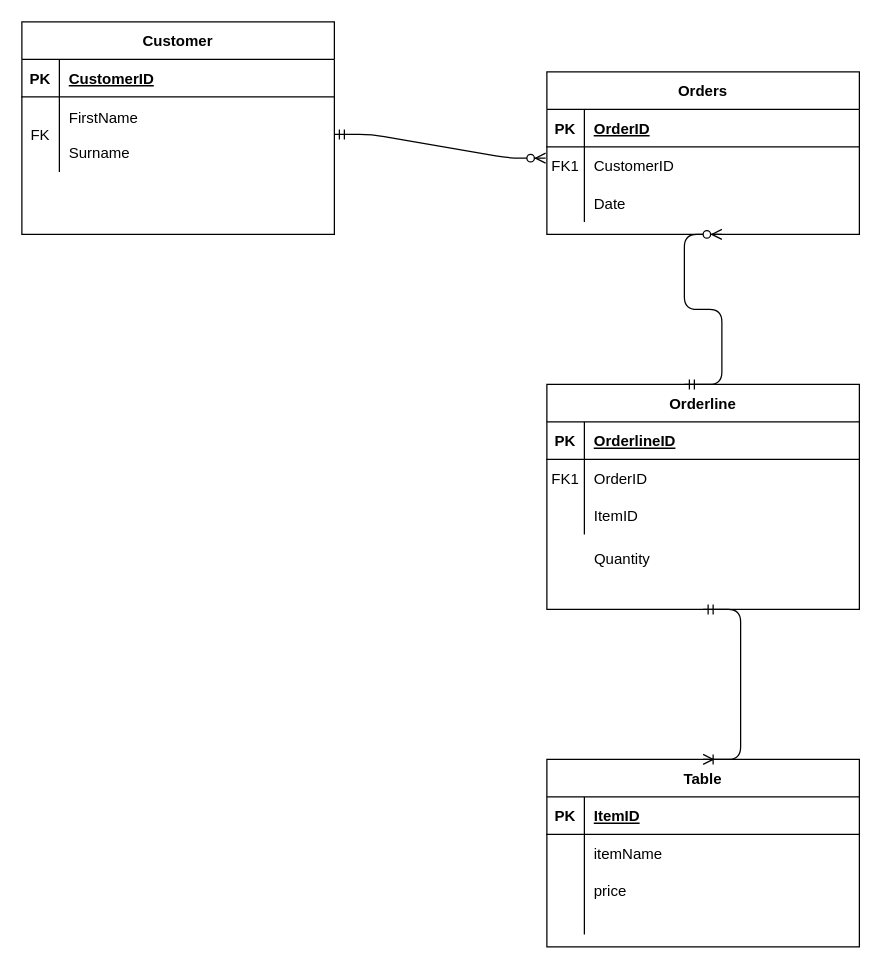
The draw.io diagram Project Documents/ERD diagram.drawio in mattgarbettQA/ims-demo, before the edit. Source tidied: cells renumbered, new cells numbered last; positions are measured from the earlier drawing's top-left corner, leaving out a move shared by most shapes. Both pictures are drawn from the tidied source at 125%, with x=0, y=0 at pixel (21, 21).
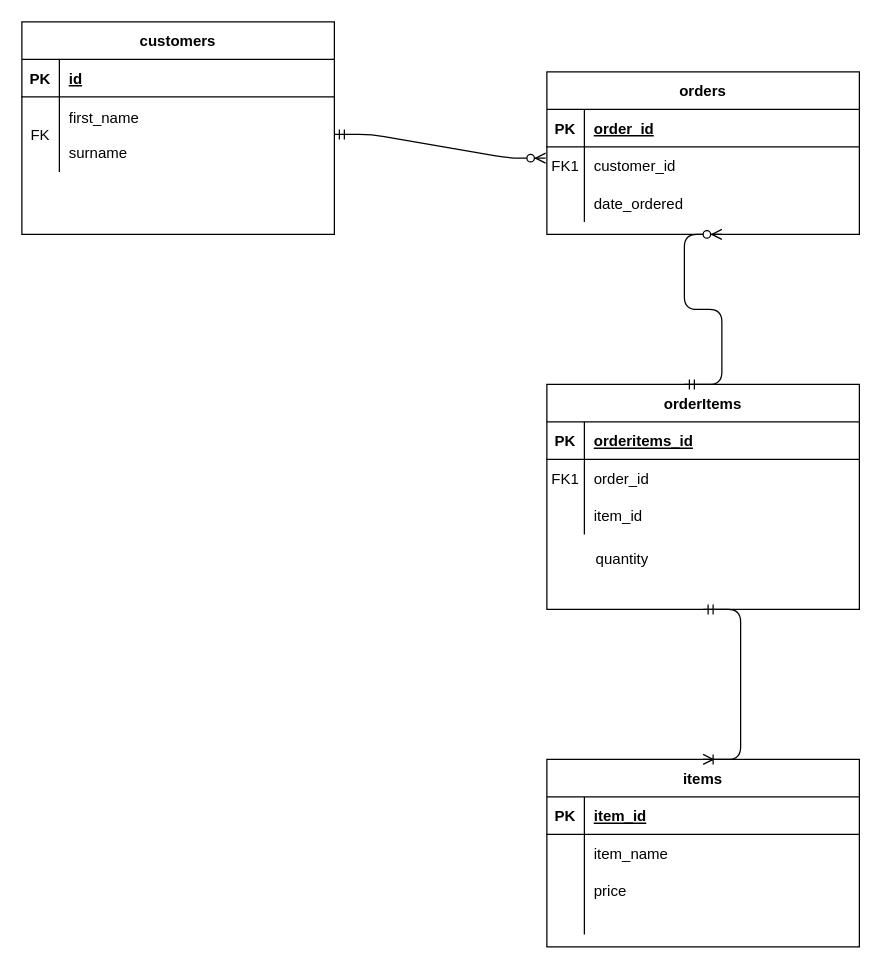
The same page after the edit.

Commit message (it also covers changes not shown here):
altered ERD diagram and png

The change refers to these unchanged cells:
```xml
<mxCell id="3" style="shape=partialRectangle;fillColor=none;top=0;left=0;right=0;bottom=1;" parent="2" vertex="1">
  <mxGeometry y="30" width="250" height="30" as="geometry" />
</mxCell>
<mxCell id="6" style="shape=partialRectangle;fillColor=none;points=[[0,0.5],[1,0.5]];portConstraint=eastwest;top=0;left=0;right=0;bottom=0;" parent="2" vertex="1">
  <mxGeometry y="60" width="250" height="30" as="geometry" />
</mxCell>
<mxCell id="9" style="shape=partialRectangle;fillColor=none;top=0;left=0;right=0;bottom=0;" parent="2" vertex="1">
  <mxGeometry y="90" width="250" height="30" as="geometry" />
</mxCell>
<mxCell id="13" style="shape=partialRectangle;fillColor=none;top=0;left=0;right=0;bottom=1;" parent="12" vertex="1">
  <mxGeometry y="30" width="250" height="30" as="geometry" />
</mxCell>
<mxCell id="16" style="shape=partialRectangle;fillColor=none;top=0;left=0;right=0;bottom=0;" parent="12" vertex="1">
  <mxGeometry y="60" width="250" height="30" as="geometry" />
</mxCell>
<mxCell id="19" style="shape=partialRectangle;fillColor=none;top=0;left=0;right=0;bottom=0;" parent="12" vertex="1">
  <mxGeometry y="90" width="250" height="30" as="geometry" />
</mxCell>
<mxCell id="23" style="shape=partialRectangle;fillColor=none;top=0;left=0;right=0;bottom=1;" parent="22" vertex="1">
  <mxGeometry y="30" width="250" height="30" as="geometry" />
</mxCell>
<mxCell id="26" style="shape=partialRectangle;fillColor=none;points=[[0,0.5],[1,0.5]];portConstraint=eastwest;top=0;left=0;right=0;bottom=0;" parent="22" vertex="1">
  <mxGeometry y="60" width="250" height="60" as="geometry" />
</mxCell>
<mxCell id="31" style="shape=partialRectangle;fillColor=none;top=0;left=0;bottom=1;right=0;" parent="30" vertex="1">
  <mxGeometry y="30" width="250" height="30" as="geometry" />
</mxCell>
<mxCell id="34" style="shape=partialRectangle;fillColor=none;top=0;left=0;bottom=0;right=0;" parent="30" vertex="1">
  <mxGeometry y="60" width="250" height="30" as="geometry" />
</mxCell>
```

Change to the diagram source:
```diff
@@
-    <mxCell id="2" value="Orders" style="shape=table;startSize=30;childLayout=tableLayout;rowLines=0;fontStyle=1;align=center;" parent="1" vertex="1">
+    <mxCell id="2" value="orders" style="shape=table;startSize=30;childLayout=tableLayout;rowLines=0;fontStyle=1;align=center;" parent="1" vertex="1">
       <mxGeometry x="420" y="40" width="250" height="130" as="geometry" />
     </mxCell>
@@
-    <mxCell id="5" value="OrderID" style="shape=partialRectangle;overflow=hidden;fillColor=none;top=0;left=0;bottom=0;right=0;align=left;spacingLeft=6;fontStyle=5;" parent="3" vertex="1">
+    <mxCell id="5" value="order_id" style="shape=partialRectangle;overflow=hidden;fillColor=none;top=0;left=0;bottom=0;right=0;align=left;spacingLeft=6;fontStyle=5;" parent="3" vertex="1">
       <mxGeometry x="30" width="220" height="30" as="geometry" />
     </mxCell>
@@
-    <mxCell id="8" value="CustomerID" style="shape=partialRectangle;overflow=hidden;fillColor=none;top=0;left=0;bottom=0;right=0;align=left;spacingLeft=6;" parent="6" vertex="1">
+    <mxCell id="8" value="customer_id" style="shape=partialRectangle;overflow=hidden;fillColor=none;top=0;left=0;bottom=0;right=0;align=left;spacingLeft=6;" parent="6" vertex="1">
       <mxGeometry x="30" width="220" height="30" as="geometry" />
     </mxCell>
@@
-    <mxCell id="11" value="Date" style="shape=partialRectangle;overflow=hidden;fillColor=none;top=0;left=0;bottom=0;right=0;align=left;spacingLeft=6;" parent="9" vertex="1">
+    <mxCell id="11" value="date_ordered" style="shape=partialRectangle;overflow=hidden;fillColor=none;top=0;left=0;bottom=0;right=0;align=left;spacingLeft=6;" parent="9" vertex="1">
       <mxGeometry x="30" width="220" height="30" as="geometry" />
     </mxCell>
-    <mxCell id="12" value="Orderline" style="shape=table;startSize=30;childLayout=tableLayout;rowLines=0;fontStyle=1;align=center;" parent="1" vertex="1">
+    <mxCell id="12" value="orderItems" style="shape=table;startSize=30;childLayout=tableLayout;rowLines=0;fontStyle=1;align=center;" parent="1" vertex="1">
       <mxGeometry x="420" y="290" width="250" height="180" as="geometry" />
     </mxCell>
@@
-    <mxCell id="15" value="OrderlineID" style="shape=partialRectangle;overflow=hidden;fillColor=none;top=0;left=0;bottom=0;right=0;align=left;spacingLeft=6;fontStyle=5;" parent="13" vertex="1">
+    <mxCell id="15" value="orderitems_id" style="shape=partialRectangle;overflow=hidden;fillColor=none;top=0;left=0;bottom=0;right=0;align=left;spacingLeft=6;fontStyle=5;" parent="13" vertex="1">
       <mxGeometry x="30" width="220" height="30" as="geometry" />
     </mxCell>
@@
-    <mxCell id="18" value="OrderID" style="shape=partialRectangle;overflow=hidden;fillColor=none;top=0;left=0;bottom=0;right=0;align=left;spacingLeft=6;" parent="16" vertex="1">
+    <mxCell id="18" value="order_id" style="shape=partialRectangle;overflow=hidden;fillColor=none;top=0;left=0;bottom=0;right=0;align=left;spacingLeft=6;" parent="16" vertex="1">
       <mxGeometry x="30" width="220" height="30" as="geometry" />
     </mxCell>
@@
-    <mxCell id="21" value="ItemID" style="shape=partialRectangle;overflow=hidden;fillColor=none;top=0;left=0;bottom=0;right=0;align=left;spacingLeft=6;" parent="19" vertex="1">
+    <mxCell id="21" value="item_id" style="shape=partialRectangle;overflow=hidden;fillColor=none;top=0;left=0;bottom=0;right=0;align=left;spacingLeft=6;" parent="19" vertex="1">
       <mxGeometry x="30" width="220" height="30" as="geometry" />
     </mxCell>
-    <mxCell id="22" value="Customer" style="shape=table;startSize=30;childLayout=tableLayout;rowLines=0;fontStyle=1;align=center;" parent="1" vertex="1">
+    <mxCell id="22" value="customers" style="shape=table;startSize=30;childLayout=tableLayout;rowLines=0;fontStyle=1;align=center;" parent="1" vertex="1">
       <mxGeometry width="250" height="170" as="geometry" />
     </mxCell>
@@
-    <mxCell id="25" value="CustomerID" style="shape=partialRectangle;overflow=hidden;fillColor=none;top=0;left=0;bottom=0;right=0;align=left;spacingLeft=6;fontStyle=5;" parent="23" vertex="1">
+    <mxCell id="25" value="id" style="shape=partialRectangle;overflow=hidden;fillColor=none;top=0;left=0;bottom=0;right=0;align=left;spacingLeft=6;fontStyle=5;" parent="23" vertex="1">
       <mxGeometry x="30" width="220" height="30" as="geometry" />
     </mxCell>
@@
-    <mxCell id="28" value="FirstName&#10;&#10;Surname" style="shape=partialRectangle;overflow=hidden;fillColor=none;top=0;left=0;bottom=0;right=0;align=left;spacingLeft=6;" parent="26" vertex="1">
+    <mxCell id="28" value="first_name&#10;&#10;surname" style="shape=partialRectangle;overflow=hidden;fillColor=none;top=0;left=0;bottom=0;right=0;align=left;spacingLeft=6;" parent="26" vertex="1">
       <mxGeometry x="30" width="220" height="60" as="geometry" />
     </mxCell>
-    <mxCell id="29" value="Quantity" style="text;html=1;align=center;verticalAlign=middle;" parent="1" vertex="1">
+    <mxCell id="29" value="quantity" style="text;html=1;align=center;verticalAlign=middle;" parent="1" vertex="1">
       <mxGeometry x="450" y="420" width="60" height="20" as="geometry" />
     </mxCell>
-    <mxCell id="30" value="Table" style="shape=table;startSize=30;childLayout=tableLayout;rowLines=0;fontStyle=1;align=center;" parent="1" vertex="1">
+    <mxCell id="30" value="items" style="shape=table;startSize=30;childLayout=tableLayout;rowLines=0;fontStyle=1;align=center;" parent="1" vertex="1">
       <mxGeometry x="420" y="590" width="250" height="150" as="geometry" />
     </mxCell>
@@
-    <mxCell id="33" value="ItemID" style="shape=partialRectangle;fillColor=none;top=0;left=0;bottom=0;right=0;align=left;spacingLeft=6;fontStyle=5;overflow=hidden;" parent="31" vertex="1">
+    <mxCell id="33" value="item_id" style="shape=partialRectangle;fillColor=none;top=0;left=0;bottom=0;right=0;align=left;spacingLeft=6;fontStyle=5;overflow=hidden;" parent="31" vertex="1">
       <mxGeometry x="30" width="220" height="30" as="geometry" />
     </mxCell>
@@
-    <mxCell id="36" value="itemName" style="shape=partialRectangle;fillColor=none;top=0;left=0;bottom=0;right=0;align=left;spacingLeft=6;overflow=hidden;" parent="34" vertex="1">
+    <mxCell id="36" value="item_name" style="shape=partialRectangle;fillColor=none;top=0;left=0;bottom=0;right=0;align=left;spacingLeft=6;overflow=hidden;" parent="34" vertex="1">
       <mxGeometry x="30" width="220" height="30" as="geometry" />
     </mxCell>
```
